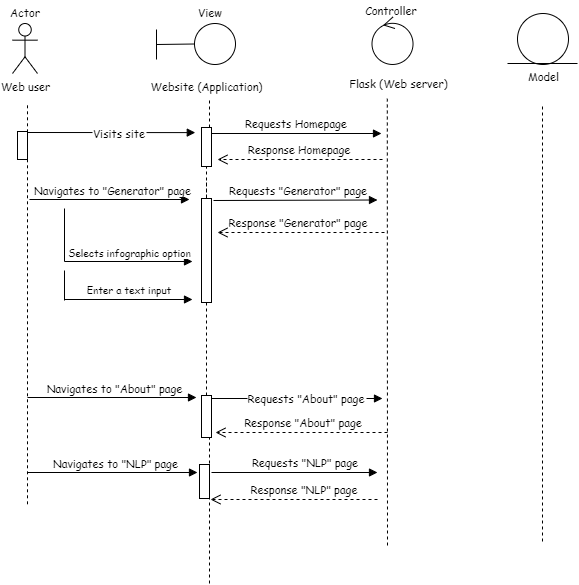
John8790909/Generating-Infographics-from-Text keeps this draw.io diagram as Documentation/Design/GIFT-UML-Sequence-Diagram.png. Above is the earlier version. Source tidied: cells renumbered, new cells last; positions are measured from the earlier drawing's top-left corner, leaving out a move shared by most shapes.
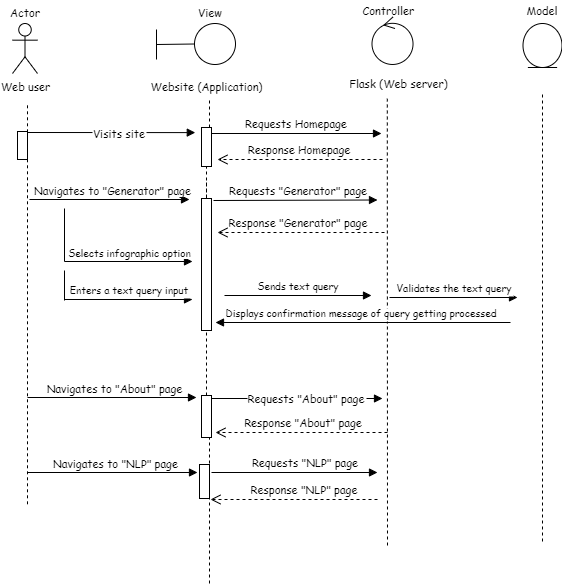
The same file after the commit.

The edit, as a diff of the source:
```diff
@@ -90,7 +90,7 @@
         <mxPoint x="187" y="261" as="targetPoint" />
       </mxGeometry>
     </mxCell>
-    <mxCell id="18" value="Enter a text input" style="verticalAlign=bottom;endArrow=block;shadow=0;strokeWidth=1;fontFamily=Comic Sans MS;fontSize=10;" parent="1" edge="1">
+    <mxCell id="18" value="Enters a text query input" style="verticalAlign=bottom;endArrow=block;shadow=0;strokeWidth=1;fontFamily=Comic Sans MS;fontSize=10;" parent="1" edge="1">
       <mxGeometry x="0.01" relative="1" as="geometry">
         <mxPoint x="59" y="299" as="sourcePoint" />
         <mxPoint x="187" y="299" as="targetPoint" />
@@ -99,18 +99,6 @@
     <mxCell id="19" style="perimeter=orthogonalPerimeter;rounded=0;shadow=0;strokeWidth=1;fontFamily=Comic Sans MS;fontSize=11;" parent="1" vertex="1">
       <mxGeometry x="12" y="131" width="10" height="28" as="geometry" />
     </mxCell>
-    <mxCell id="20" style="ellipse;whiteSpace=wrap;html=1;fontFamily=Comic Sans MS;fontSize=11;" parent="1" vertex="1">
-      <mxGeometry x="512" y="13" width="51" height="51" as="geometry" />
-    </mxCell>
-    <mxCell id="21" style="endArrow=none;html=1;fontFamily=Comic Sans MS;fontSize=11;" parent="1" edge="1">
-      <mxGeometry relative="1" as="geometry">
-        <mxPoint x="502" y="63" as="sourcePoint" />
-        <mxPoint x="572" y="63" as="targetPoint" />
-      </mxGeometry>
-    </mxCell>
-    <mxCell id="22" value="Model" style="text;html=1;align=center;verticalAlign=middle;strokeColor=none;fontFamily=Comic Sans MS;fontSize=11;" parent="1" vertex="1">
-      <mxGeometry x="517" y="67" width="41" height="17" as="geometry" />
-    </mxCell>
     <mxCell id="23" style="endArrow=none;dashed=1;html=1;fontFamily=Comic Sans MS;fontSize=11;" parent="1" edge="1">
       <mxGeometry relative="1" as="geometry">
         <mxPoint x="22" y="503.8" as="sourcePoint" />
@@ -151,8 +139,8 @@
     <mxCell id="32" value="Flask (Web server)" style="text;html=1;strokeColor=none;fillColor=none;align=center;verticalAlign=middle;whiteSpace=wrap;rounded=0;fontFamily=Comic Sans MS;fontSize=11;" parent="1" vertex="1">
       <mxGeometry x="335" y="73" width="117" height="20" as="geometry" />
     </mxCell>
-    <mxCell id="33" value="Controller" style="text;html=1;strokeColor=none;fillColor=none;align=center;verticalAlign=middle;whiteSpace=wrap;rounded=0;fontFamily=Comic Sans MS;fontSize=11;" parent="1" vertex="1">
-      <mxGeometry x="366" width="40" height="20" as="geometry" />
+    <mxCell id="33" value="&lt;font style=&quot;font-size: 11px&quot;&gt;Controller&lt;/font&gt;" style="text;html=1;strokeColor=none;fillColor=none;align=center;verticalAlign=middle;whiteSpace=wrap;rounded=0;fontFamily=Comic Sans MS;fontSize=11;" parent="1" vertex="1">
+      <mxGeometry x="354" width="59" height="20" as="geometry" />
     </mxCell>
     <mxCell id="34" style="points=[];perimeter=orthogonalPerimeter;rounded=0;shadow=0;strokeWidth=1;fontFamily=Comic Sans MS;fontSize=11;" parent="1" vertex="1">
       <mxGeometry x="196" y="127" width="10" height="39" as="geometry" />
@@ -161,7 +149,7 @@
       <mxGeometry relative="1" as="geometry" />
     </mxCell>
     <mxCell id="36" style="points=[];perimeter=orthogonalPerimeter;rounded=0;shadow=0;strokeWidth=1;fontFamily=Comic Sans MS;fontSize=11;" parent="1" vertex="1">
-      <mxGeometry x="196" y="198" width="10" height="104" as="geometry" />
+      <mxGeometry x="196" y="198" width="10" height="132" as="geometry" />
     </mxCell>
     <mxCell id="37" style="endArrow=none;dashed=1;html=1;fontFamily=Comic Sans MS;fontSize=11;entryX=0.4;entryY=1.26;entryDx=0;entryDy=0;entryPerimeter=0;" parent="1" edge="1" target="32">
       <mxGeometry relative="1" as="geometry">
@@ -179,7 +167,7 @@
     <mxCell id="40" style="endArrow=none;dashed=1;html=1;fontFamily=Comic Sans MS;fontSize=11;" parent="1" edge="1">
       <mxGeometry relative="1" as="geometry">
         <mxPoint x="537" y="541" as="sourcePoint" />
-        <mxPoint x="537" y="104" as="targetPoint" />
+        <mxPoint x="537" y="91" as="targetPoint" />
       </mxGeometry>
     </mxCell>
     <mxCell id="41" style="endArrow=none;html=1;fontFamily=Comic Sans MS;fontSize=10;" parent="1" edge="1">
@@ -194,5 +182,29 @@
         <mxPoint x="59" y="270" as="targetPoint" />
       </mxGeometry>
     </mxCell>
+    <mxCell id="43" value="Sends text query" style="verticalAlign=bottom;endArrow=block;shadow=0;strokeWidth=1;fontFamily=Comic Sans MS;fontSize=10;" parent="1" edge="1">
+      <mxGeometry x="0.01" relative="1" as="geometry">
+        <mxPoint x="219" y="295" as="sourcePoint" />
+        <mxPoint x="366" y="295" as="targetPoint" />
+      </mxGeometry>
+    </mxCell>
+    <mxCell id="44" value="Validates the text query" style="verticalAlign=bottom;endArrow=block;shadow=0;strokeWidth=1;fontFamily=Comic Sans MS;fontSize=10;" parent="1" edge="1">
+      <mxGeometry x="0.01" relative="1" as="geometry">
+        <mxPoint x="384" y="297" as="sourcePoint" />
+        <mxPoint x="512" y="297" as="targetPoint" />
+      </mxGeometry>
+    </mxCell>
+    <mxCell id="45" style="ellipse;shape=umlEntity;whiteSpace=wrap;html=1;fontFamily=Comic Sans MS;fontSize=10;fillColor=#ffffff;" parent="1" vertex="1">
+      <mxGeometry x="517.5" y="23" width="39" height="44" as="geometry" />
+    </mxCell>
+    <mxCell id="22" value="Model" style="text;html=1;strokeColor=none;fillColor=none;align=center;verticalAlign=middle;whiteSpace=wrap;rounded=0;fontFamily=Comic Sans MS;fontSize=11;" parent="1" vertex="1">
+      <mxGeometry x="516.5" width="40" height="20" as="geometry" />
+    </mxCell>
+    <mxCell id="46" value="Displays confirmation message of query getting processed" style="verticalAlign=bottom;endArrow=block;shadow=0;strokeWidth=1;fontFamily=Comic Sans MS;fontSize=10;" parent="1" edge="1">
+      <mxGeometry x="0.01" relative="1" as="geometry">
+        <mxPoint x="505" y="322" as="sourcePoint" />
+        <mxPoint x="210" y="322" as="targetPoint" />
+      </mxGeometry>
+    </mxCell>
   </root>
 </mxGraphModel>
```
